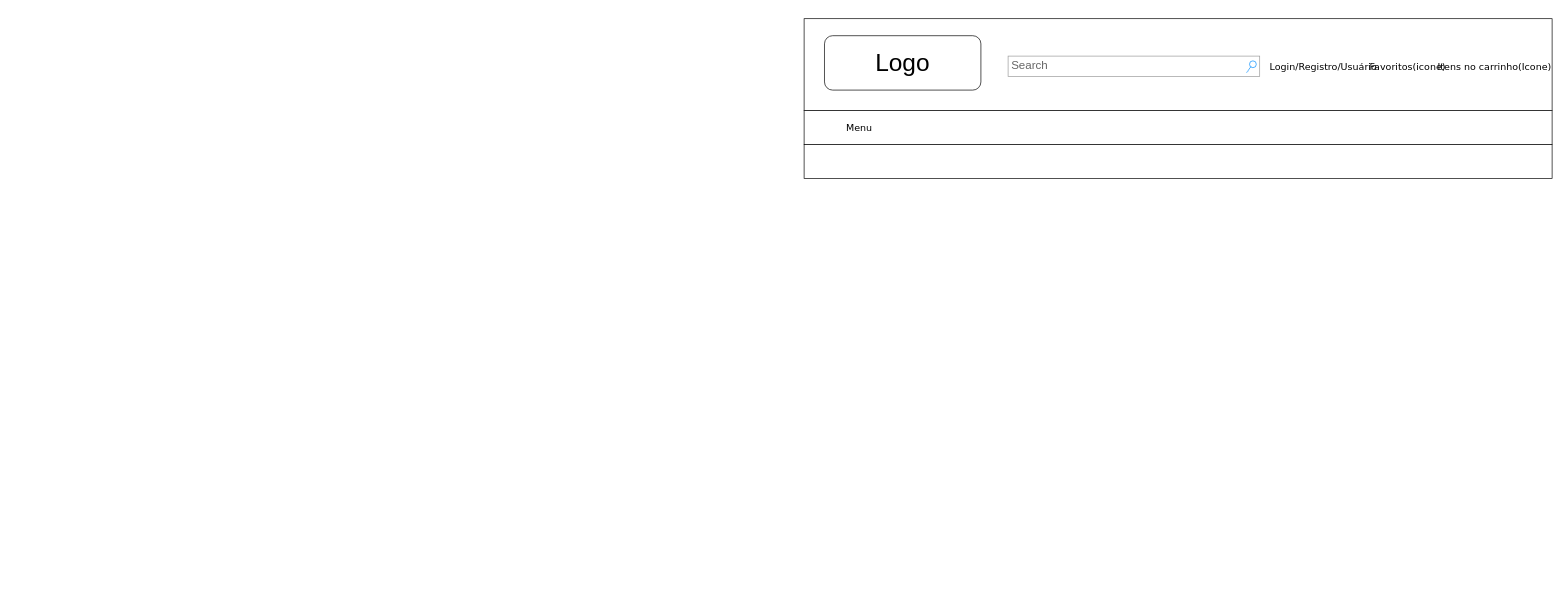
Before: page "3. Ajuda" (10 of 16) of wireframe.drawio in pdaambrosio/dh_group_5, a draw.io diagram. Source tidied: cells renumbered, new cells numbered last; positions are measured from the earlier drawing's top-left corner, leaving out a move shared by most shapes. Both pictures are drawn from the tidied source at 68%, with x=0, y=0 at pixel (804, 18). Pictures stored in the file or linked from it are replaced by grey dashed boxes.
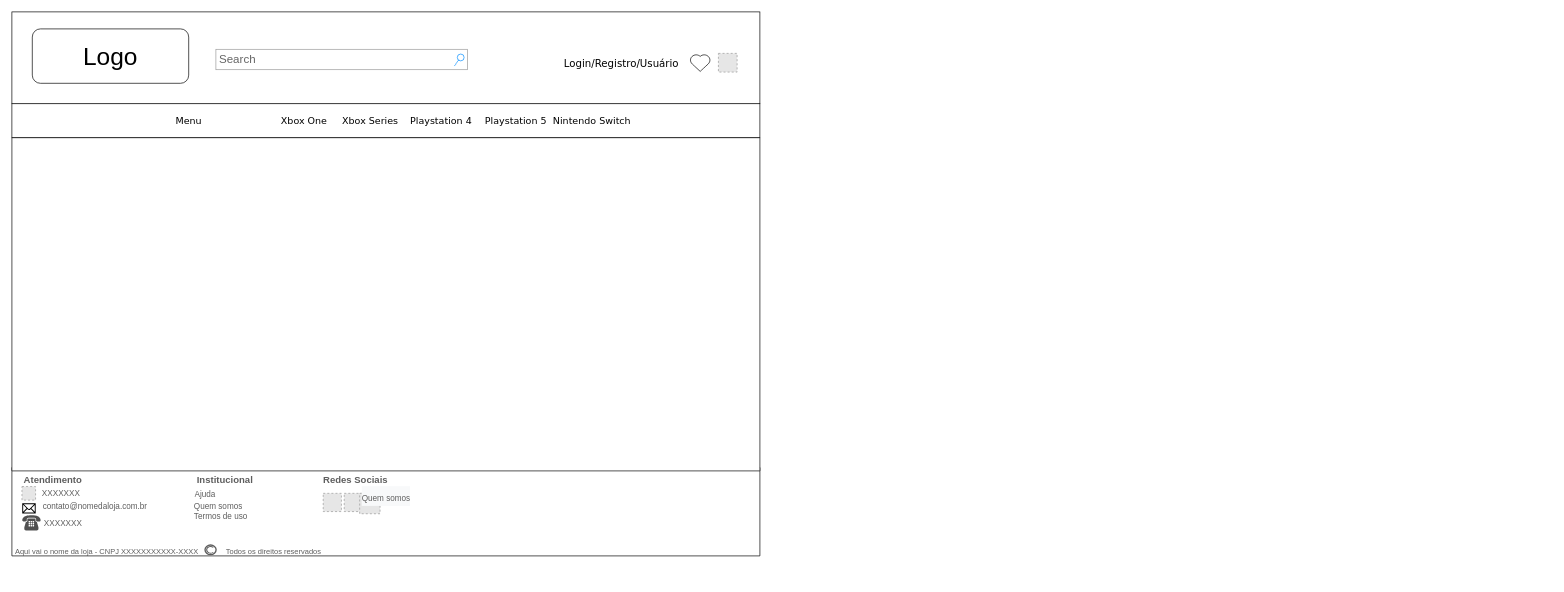
The same page after the edit.

Diff of the diagram source:
```diff
@@
-    <mxCell id="2" style="rounded=0;whiteSpace=wrap;html=1;" parent="1" vertex="1">
-      <mxGeometry y="135" width="1100" height="50" as="geometry" />
-    </mxCell>
-    <mxCell id="3" style="rounded=0;whiteSpace=wrap;html=1;" parent="1" vertex="1">
-      <mxGeometry width="1100" height="135" as="geometry" />
-    </mxCell>
+    <mxCell id="11" style="group;" parent="1" vertex="1">
+      <mxGeometry x="-1165" y="-10" width="1100" height="185" as="geometry" />
+    </mxCell>
+    <mxCell id="12" style="rounded=0;whiteSpace=wrap;html=1;" parent="11" vertex="1">
+      <mxGeometry y="135" width="1100" height="50" as="geometry" />
+    </mxCell>
+    <mxCell id="13" style="rounded=0;whiteSpace=wrap;html=1;" parent="11" vertex="1">
+      <mxGeometry width="1100" height="135" as="geometry" />
+    </mxCell>
-    <mxCell id="4" value="Search" style="strokeWidth=1;shadow=0;dashed=0;align=center;html=1;shape=mxgraph.mockup.forms.searchBox;strokeColor=#999999;mainText=;strokeColor2=#008cff;fontColor=#666666;fontSize=17;align=left;spacingLeft=3;rounded=0;labelBackgroundColor=none;comic=1;" parent="1" vertex="1">
+    <mxCell id="4" value="Search" style="strokeWidth=1;shadow=0;dashed=0;align=center;html=1;shape=mxgraph.mockup.forms.searchBox;strokeColor=#999999;mainText=;strokeColor2=#008cff;fontColor=#666666;fontSize=17;align=left;spacingLeft=3;rounded=0;labelBackgroundColor=none;comic=1;" parent="11" vertex="1">
       <mxGeometry x="300" y="55" width="370" height="30" as="geometry" />
     </mxCell>
-    <mxCell id="5" value="Login/Registro/Usuário" style="text;html=1;align=left;verticalAlign=top;spacingTop=-4;fontSize=14;fontFamily=Verdana;" parent="1" vertex="1">
-      <mxGeometry x="683" y="60" width="60" height="20" as="geometry" />
+    <mxCell id="5" value="&lt;font style=&quot;font-size: 15px;&quot;&gt;Login/Registro/Usuário&lt;/font&gt;" style="text;html=1;align=left;verticalAlign=top;spacingTop=-4;fontSize=15;fontFamily=Verdana;" parent="11" vertex="1">
+      <mxGeometry x="810" y="65" width="177" height="20" as="geometry" />
     </mxCell>
-    <mxCell id="6" value="Favoritos(icone)" style="text;html=1;align=left;verticalAlign=top;spacingTop=-4;fontSize=14;fontFamily=Verdana;" parent="1" vertex="1">
-      <mxGeometry x="830" y="60" width="60" height="20" as="geometry" />
-    </mxCell>
-    <mxCell id="7" value="Itens no carrinho(Icone)" style="text;html=1;align=left;verticalAlign=top;spacingTop=-4;fontSize=14;fontFamily=Verdana;" parent="1" vertex="1">
-      <mxGeometry x="930" y="60" width="60" height="20" as="geometry" />
-    </mxCell>
+    <mxCell id="9" value="&lt;font style=&quot;font-size: 36px&quot;&gt;Logo&lt;/font&gt;" style="rounded=1;whiteSpace=wrap;html=1;" parent="11" vertex="1">
+      <mxGeometry x="30" y="25" width="230" height="80" as="geometry" />
+    </mxCell>
+    <mxCell id="14" style="verticalLabelPosition=bottom;verticalAlign=top;html=1;shape=mxgraph.basic.heart;" parent="11" vertex="1">
+      <mxGeometry x="997" y="62.4" width="30.4" height="25.1" as="geometry" />
+    </mxCell>
+    <mxCell id="15" style="fillColor=#E6E6E6;strokeColor=#999999;dashed=1;html=1;verticalAlign=top;verticalLabelPosition=bottom;labelBackgroundColor=#ffffff;fontSize=12;" parent="11" vertex="1">
+      <mxGeometry x="1039" y="61" width="27.5" height="27.5" as="geometry" />
+    </mxCell>
-    <mxCell id="8" value="Menu" style="text;html=1;align=left;verticalAlign=top;spacingTop=-4;fontSize=14;fontFamily=Verdana;" parent="1" vertex="1">
-      <mxGeometry x="60" y="150" width="60" height="20" as="geometry" />
+    <mxCell id="8" value="Menu" style="text;html=1;align=left;verticalAlign=top;spacingTop=-4;fontSize=14;fontFamily=Verdana;" parent="11" vertex="1">
+      <mxGeometry x="239" y="150" width="60" height="20" as="geometry" />
     </mxCell>
-    <mxCell id="9" value="&lt;font style=&quot;font-size: 36px&quot;&gt;Logo&lt;/font&gt;" style="rounded=1;whiteSpace=wrap;html=1;" parent="1" vertex="1">
-      <mxGeometry x="30" y="25" width="230" height="80" as="geometry" />
-    </mxCell>
-    <mxCell id="10" style="rounded=0;whiteSpace=wrap;html=1;" parent="1" vertex="1">
-      <mxGeometry y="185" width="1100" height="50" as="geometry" />
-    </mxCell>
+    <mxCell id="16" value="Xbox One" style="text;html=1;align=left;verticalAlign=top;spacingTop=-4;fontSize=14;fontFamily=Verdana;" parent="11" vertex="1">
+      <mxGeometry x="394" y="150" width="60" height="20" as="geometry" />
+    </mxCell>
+    <mxCell id="17" value="Playstation 4" style="text;html=1;align=left;verticalAlign=top;spacingTop=-4;fontSize=14;fontFamily=Verdana;" parent="11" vertex="1">
+      <mxGeometry x="584" y="150" width="60" height="20" as="geometry" />
+    </mxCell>
+    <mxCell id="18" value="Nintendo Switch" style="text;html=1;align=left;verticalAlign=top;spacingTop=-4;fontSize=14;fontFamily=Verdana;" parent="11" vertex="1">
+      <mxGeometry x="794" y="150" width="60" height="20" as="geometry" />
+    </mxCell>
+    <mxCell id="19" value="Xbox Series" style="text;html=1;align=left;verticalAlign=top;spacingTop=-4;fontSize=14;fontFamily=Verdana;" parent="11" vertex="1">
+      <mxGeometry x="484" y="150" width="60" height="20" as="geometry" />
+    </mxCell>
+    <mxCell id="20" value="Playstation 5" style="text;html=1;align=left;verticalAlign=top;spacingTop=-4;fontSize=14;fontFamily=Verdana;" parent="11" vertex="1">
+      <mxGeometry x="694" y="150" width="60" height="20" as="geometry" />
+    </mxCell>
+    <mxCell id="21" style="verticalLabelPosition=bottom;verticalAlign=top;html=1;shape=mxgraph.basic.rect;fillColor2=none;strokeWidth=1;size=20;indent=5;" parent="1" vertex="1">
+      <mxGeometry x="-1165" y="660" width="1100" height="130" as="geometry" />
+    </mxCell>
+    <mxCell id="22" value="&lt;h1&gt;&lt;font style=&quot;font-weight: normal ; font-size: 12px&quot; color=&quot;#5e5e5e&quot;&gt;Ajuda&lt;/font&gt;&lt;/h1&gt;" style="text;html=1;strokeColor=none;fillColor=none;spacing=5;spacingTop=-20;whiteSpace=wrap;overflow=hidden;rounded=0;" parent="1" vertex="1">
+      <mxGeometry x="-901.2" y="675.5" width="58.8" height="45" as="geometry" />
+    </mxCell>
+    <mxCell id="23" value="&lt;h1&gt;&lt;font style=&quot;font-size: 12px ; font-weight: normal&quot; color=&quot;#5e5e5e&quot;&gt;Termos de uso&lt;/font&gt;&lt;/h1&gt;" style="text;html=1;strokeColor=none;fillColor=none;spacing=5;spacingTop=-20;whiteSpace=wrap;overflow=hidden;rounded=0;" parent="1" vertex="1">
+      <mxGeometry x="-902.5" y="708" width="100" height="45" as="geometry" />
+    </mxCell>
+    <mxCell id="24" style="verticalLabelPosition=bottom;shadow=0;dashed=0;verticalAlign=top;strokeWidth=2;html=1;shape=mxgraph.mockup.misc.copyrightIcon;strokeColor=#5E5E5E;fontSize=10;" parent="1" vertex="1">
+      <mxGeometry x="-881" y="774" width="16.3" height="14.2" as="geometry" />
+    </mxCell>
+    <mxCell id="25" value="&lt;h1 style=&quot;font-size: 11px;&quot;&gt;&lt;font style=&quot;font-size: 11px; font-weight: normal;&quot; color=&quot;#5e5e5e&quot;&gt;Todos os direitos reservados&amp;nbsp;&lt;/font&gt;&lt;/h1&gt;" style="text;html=1;strokeColor=none;fillColor=none;spacing=5;spacingTop=-20;whiteSpace=wrap;overflow=hidden;rounded=0;strokeWidth=2;fontSize=11;" parent="1" vertex="1">
+      <mxGeometry x="-854.6" y="780" width="199.6" height="45" as="geometry" />
+    </mxCell>
+    <mxCell id="26" value="&lt;h1 style=&quot;font-size: 11px;&quot;&gt;&lt;span style=&quot;font-size: 11px; font-weight: 400;&quot;&gt;&lt;font color=&quot;#5e5e5e&quot; style=&quot;font-size: 11px;&quot;&gt;Aqui vai o nome da loja - CNPJ XXXXXXXXXXX-XXXX&lt;/font&gt;&lt;/span&gt;&lt;/h1&gt;" style="text;html=1;strokeColor=none;fillColor=none;spacing=5;spacingTop=-20;whiteSpace=wrap;overflow=hidden;rounded=0;strokeWidth=2;fontSize=11;" parent="1" vertex="1">
+      <mxGeometry x="-1165" y="780" width="330" height="45.1" as="geometry" />
+    </mxCell>
+    <mxCell id="27" value="&lt;font color=&quot;#5e5e5e&quot; style=&quot;font-size: 14px&quot;&gt;&lt;b&gt;Redes Sociais&lt;/b&gt;&lt;/font&gt;" style="text;html=1;align=center;verticalAlign=middle;" parent="1" vertex="1">
+      <mxGeometry x="-715" y="668" width="110" height="20" as="geometry" />
+    </mxCell>
+    <mxCell id="28" style="group;" parent="1" vertex="1">
+      <mxGeometry x="-707.2" y="698" width="88.6" height="30" as="geometry" />
+    </mxCell>
+    <mxCell id="29" style="fillColor=#E6E6E6;strokeColor=#999999;dashed=1;html=1;verticalAlign=top;verticalLabelPosition=bottom;labelBackgroundColor=#ffffff;" parent="28" vertex="1">
+      <mxGeometry width="26.8" height="26.8" as="geometry" />
+    </mxCell>
+    <mxCell id="30" style="fillColor=#E6E6E6;strokeColor=#999999;dashed=1;html=1;verticalAlign=top;verticalLabelPosition=bottom;labelBackgroundColor=#ffffff;" parent="28" vertex="1">
+      <mxGeometry x="30.9" width="26.8" height="26.8" as="geometry" />
+    </mxCell>
+    <mxCell id="31" style="fillColor=#E6E6E6;strokeColor=#999999;dashed=1;html=1;verticalAlign=top;verticalLabelPosition=bottom;labelBackgroundColor=#ffffff;" parent="28" vertex="1">
+      <mxGeometry x="53.6" width="30" height="30" as="geometry" />
+    </mxCell>
+    <mxCell id="32" value="&lt;font color=&quot;#5e5e5e&quot; size=&quot;1&quot;&gt;&lt;b style=&quot;font-size: 14px&quot;&gt;Atendimento&lt;/b&gt;&lt;/font&gt;" style="text;html=1;align=center;verticalAlign=middle;" parent="1" vertex="1">
+      <mxGeometry x="-1155" y="668" width="100" height="20" as="geometry" />
+    </mxCell>
+    <mxCell id="33" style="fillColor=#E6E6E6;strokeColor=#999999;dashed=1;html=1;verticalAlign=top;verticalLabelPosition=bottom;labelBackgroundColor=#ffffff;" parent="1" vertex="1">
+      <mxGeometry x="-1150.2" y="688" width="20" height="20" as="geometry" />
+    </mxCell>
+    <mxCell id="34" value="&lt;font color=&quot;#5e5e5e&quot;&gt;XXXXXXX&lt;/font&gt;" style="text;html=1;align=center;verticalAlign=middle;" parent="1" vertex="1">
+      <mxGeometry x="-1128" y="688" width="70" height="20" as="geometry" />
+    </mxCell>
+    <mxCell id="35" style="shape=mxgraph.signs.tech.mail;html=1;fillColor=#000000;strokeColor=none;verticalLabelPosition=bottom;verticalAlign=top;align=center;" parent="1" vertex="1">
+      <mxGeometry x="-1149.8" y="712.5" width="19.8" height="15" as="geometry" />
+    </mxCell>
+    <mxCell id="36" value="&lt;font color=&quot;#5e5e5e&quot;&gt;contato@nomedaloja.com.br&lt;br&gt;&lt;/font&gt;" style="text;html=1;align=center;verticalAlign=middle;" parent="1" vertex="1">
+      <mxGeometry x="-1128" y="708" width="170" height="20" as="geometry" />
+    </mxCell>
+    <mxCell id="37" value="&lt;font color=&quot;#5e5e5e&quot; size=&quot;1&quot;&gt;&lt;b style=&quot;font-size: 14px&quot;&gt;Institucional&lt;br&gt;&lt;/b&gt;&lt;/font&gt;" style="text;html=1;align=center;verticalAlign=middle;" parent="1" vertex="1">
+      <mxGeometry x="-902.5" y="668" width="100" height="20" as="geometry" />
+    </mxCell>
+    <mxCell id="38" value="&lt;h1&gt;&lt;font style=&quot;font-size: 12px ; font-weight: normal&quot; color=&quot;#5e5e5e&quot;&gt;Quem somos&lt;/font&gt;&lt;/h1&gt;&lt;div&gt;&lt;font style=&quot;font-size: 12px ; font-weight: normal&quot; color=&quot;#5e5e5e&quot;&gt;&lt;br&gt;&lt;/font&gt;&lt;/div&gt;" style="text;html=1;strokeColor=none;fillColor=none;spacing=5;spacingTop=-20;whiteSpace=wrap;overflow=hidden;rounded=0;" parent="1" vertex="1">
+      <mxGeometry x="-902.5" y="692.5" width="100" height="42" as="geometry" />
+    </mxCell>
+    <mxCell id="39" style="shadow=0;dashed=0;html=1;strokeColor=none;fillColor=#505050;labelPosition=center;verticalLabelPosition=bottom;verticalAlign=top;align=center;shape=mxgraph.office.devices.phone_traditional;fontSize=11;" parent="1" vertex="1">
+      <mxGeometry x="-1149.8" y="730" width="27" height="22.5" as="geometry" />
+    </mxCell>
+    <mxCell id="40" value="&lt;font color=&quot;#5e5e5e&quot;&gt;XXXXXXX&lt;/font&gt;" style="text;html=1;align=center;verticalAlign=middle;" parent="1" vertex="1">
+      <mxGeometry x="-1125" y="732.5" width="70" height="20" as="geometry" />
+    </mxCell>
+    <mxCell id="41" value="&lt;h1 style=&quot;color: rgb(0, 0, 0); font-family: helvetica; font-style: normal; letter-spacing: normal; text-align: left; text-indent: 0px; text-transform: none; word-spacing: 0px; background-color: rgb(248, 249, 250);&quot;&gt;&lt;font color=&quot;#5e5e5e&quot; style=&quot;font-size: 12px ; font-weight: normal&quot;&gt;Quem somos&lt;/font&gt;&lt;/h1&gt;&lt;br class=&quot;Apple-interchange-newline&quot;&gt;" style="verticalLabelPosition=bottom;verticalAlign=top;html=1;shape=mxgraph.basic.rect;fillColor2=none;strokeWidth=1;size=20;indent=5;" parent="1" vertex="1">
+      <mxGeometry x="-1165" y="175" width="1100" height="490" as="geometry" />
+    </mxCell>
```
